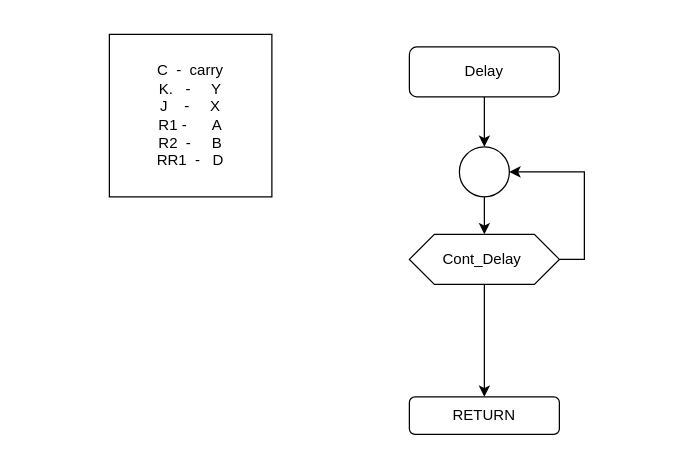
Earlier version of the draw.io diagram 8_runmeter623/diagrams/2-delay.drawio (brown9804/Dragon12_MC9S12DP256). Source tidied: cells renumbered, new cells numbered last; positions are measured from the earlier drawing's top-left corner, leaving out a move shared by most shapes. Both pictures are drawn from the tidied source at 125%, with x=0, y=0 at pixel (109, 34).
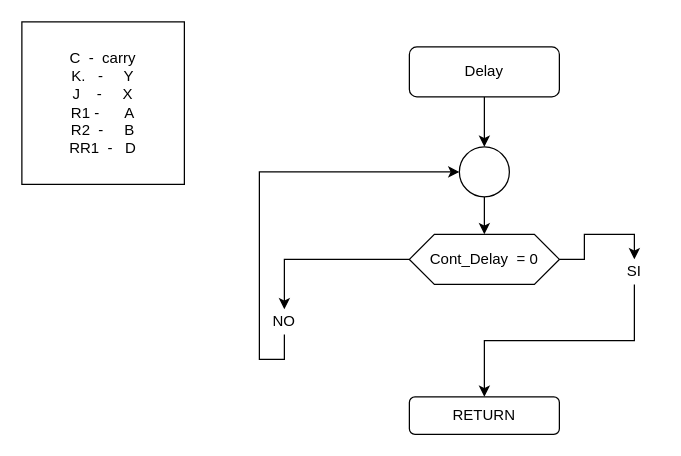
The same page after the edit.

What changed in the source:
```diff
@@
 <mxGraphModel>
   <root>
     <mxCell id="0" />
     <mxCell id="1" parent="0" />
     <mxCell id="2" value="C &amp;nbsp;- &amp;nbsp;carry&lt;br&gt;K. &amp;nbsp; - &amp;nbsp; &amp;nbsp; Y&lt;br&gt;J &amp;nbsp; &amp;nbsp;- &amp;nbsp; &amp;nbsp; X&lt;br&gt;R1 - &amp;nbsp; &amp;nbsp; &amp;nbsp;A&lt;br&gt;R2 &amp;nbsp;- &amp;nbsp; &amp;nbsp; B&lt;br&gt;RR1 &amp;nbsp;- &amp;nbsp; D" style="whiteSpace=wrap;html=1;" parent="1" vertex="1">
-      <mxGeometry width="130" height="130" as="geometry" />
+      <mxGeometry x="-70" y="-10" width="130" height="130" as="geometry" />
     </mxCell>
     <mxCell id="3" style="edgeStyle=orthogonalEdgeStyle;rounded=0;jettySize=auto;html=1;exitX=0.5;exitY=1;exitDx=0;exitDy=0;" parent="1" edge="1" source="4" target="6">
       <mxGeometry relative="1" as="geometry" />
     </mxCell>
     <mxCell id="4" value="Delay" style="rounded=1;whiteSpace=wrap;html=1;" parent="1" vertex="1">
       <mxGeometry x="240" y="10" width="120" height="40" as="geometry" />
     </mxCell>
     <mxCell id="5" style="edgeStyle=orthogonalEdgeStyle;rounded=0;jettySize=auto;html=1;exitX=0.5;exitY=1;exitDx=0;exitDy=0;" parent="1" edge="1" source="6" target="9">
       <mxGeometry relative="1" as="geometry" />
     </mxCell>
     <mxCell id="6" style="ellipse;whiteSpace=wrap;html=1;" parent="1" vertex="1">
       <mxGeometry x="280" y="90" width="40" height="40" as="geometry" />
     </mxCell>
-    <mxCell id="7" style="edgeStyle=orthogonalEdgeStyle;rounded=0;jettySize=auto;html=1;exitX=1;exitY=0.5;exitDx=0;exitDy=0;entryX=1;entryY=0.5;entryDx=0;entryDy=0;" parent="1" edge="1" source="9" target="6">
-      <mxGeometry relative="1" as="geometry" />
-    </mxCell>
-    <mxCell id="8" style="edgeStyle=orthogonalEdgeStyle;rounded=0;jettySize=auto;html=1;exitX=0.5;exitY=1;exitDx=0;exitDy=0;entryX=0.5;entryY=0;entryDx=0;entryDy=0;" parent="1" edge="1" source="9" target="10">
-      <mxGeometry relative="1" as="geometry" />
-    </mxCell>
+    <mxCell id="11" style="edgeStyle=orthogonalEdgeStyle;rounded=0;jettySize=auto;html=1;exitX=0;exitY=0.5;exitDx=0;exitDy=0;entryX=0.5;entryY=0;entryDx=0;entryDy=0;" parent="1" edge="1" source="9" target="14">
+      <mxGeometry relative="1" as="geometry" />
+    </mxCell>
+    <mxCell id="12" style="edgeStyle=orthogonalEdgeStyle;rounded=0;jettySize=auto;html=1;exitX=1;exitY=0.5;exitDx=0;exitDy=0;entryX=0.5;entryY=0;entryDx=0;entryDy=0;" parent="1" edge="1" source="9" target="16">
+      <mxGeometry relative="1" as="geometry" />
+    </mxCell>
-    <mxCell id="9" value="Cont_Delay&amp;nbsp;" style="shape=hexagon;perimeter=hexagonPerimeter2;whiteSpace=wrap;html=1;fixedSize=1;" parent="1" vertex="1">
+    <mxCell id="9" value="Cont_Delay &amp;nbsp;= 0" style="shape=hexagon;perimeter=hexagonPerimeter2;whiteSpace=wrap;html=1;fixedSize=1;" parent="1" vertex="1">
       <mxGeometry x="240" y="160" width="120" height="40" as="geometry" />
     </mxCell>
     <mxCell id="10" value="RETURN" style="rounded=1;whiteSpace=wrap;html=1;" parent="1" vertex="1">
       <mxGeometry x="240" y="290" width="120" height="30" as="geometry" />
     </mxCell>
+    <mxCell id="13" style="edgeStyle=orthogonalEdgeStyle;rounded=0;jettySize=auto;html=1;exitX=0.5;exitY=1;exitDx=0;exitDy=0;entryX=0;entryY=0.5;entryDx=0;entryDy=0;" parent="1" edge="1" source="14" target="6">
+      <mxGeometry relative="1" as="geometry">
+        <Array as="points">
+          <mxPoint x="140" y="260" />
+          <mxPoint x="120" y="260" />
+          <mxPoint x="120" y="110" />
+        </Array>
+      </mxGeometry>
+    </mxCell>
+    <mxCell id="14" value="NO" style="text;html=1;strokeColor=none;fillColor=none;align=center;verticalAlign=middle;whiteSpace=wrap;rounded=0;" parent="1" vertex="1">
+      <mxGeometry x="120" y="220" width="40" height="20" as="geometry" />
+    </mxCell>
+    <mxCell id="15" style="edgeStyle=orthogonalEdgeStyle;rounded=0;jettySize=auto;html=1;exitX=0.5;exitY=1;exitDx=0;exitDy=0;entryX=0.5;entryY=0;entryDx=0;entryDy=0;" parent="1" edge="1" source="16" target="10">
+      <mxGeometry relative="1" as="geometry" />
+    </mxCell>
+    <mxCell id="16" value="SI" style="text;html=1;strokeColor=none;fillColor=none;align=center;verticalAlign=middle;whiteSpace=wrap;rounded=0;" parent="1" vertex="1">
+      <mxGeometry x="400" y="180" width="40" height="20" as="geometry" />
+    </mxCell>
   </root>
 </mxGraphModel>
```
